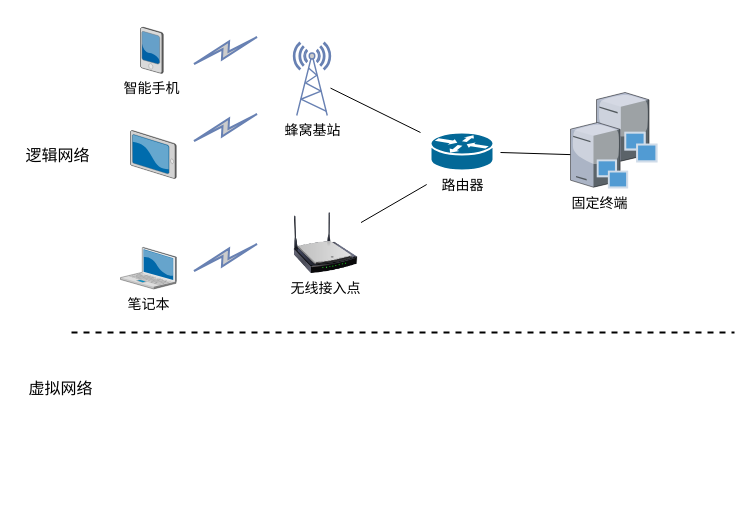
The draw.io diagram 移动互联网场景图.drawio in Icarus1994/neutron_conf, before the edit. Source tidied: cells renumbered, new cells numbered last; positions are measured from the earlier drawing's top-left corner, leaving out a move shared by most shapes. Both pictures are drawn from the tidied source at 100%, with x=0, y=0 at pixel (17, 27).
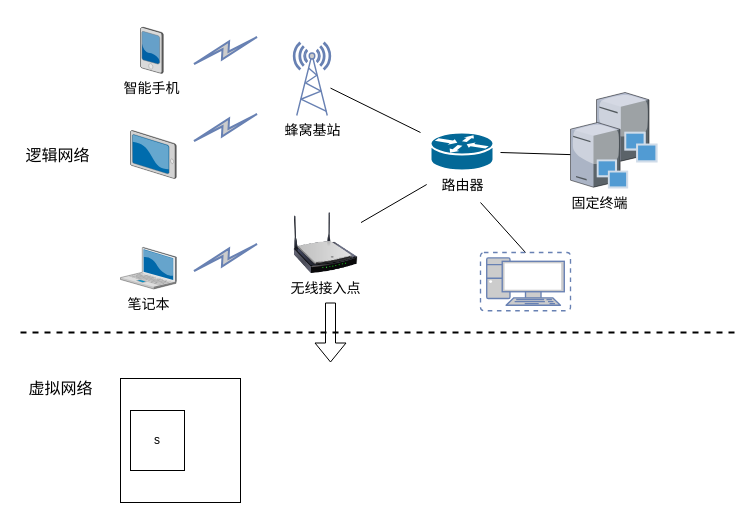
The same diagram, later.

Commit message (it also covers changes not shown here):
Update 移动互联网场景图.drawio

What changed in the source:
```diff
@@
+    <mxCell id="19" style="rounded=0;jettySize=auto;html=1;entryX=0.5;entryY=0;entryDx=0;entryDy=0;entryPerimeter=0;strokeWidth=1;endArrow=none;endFill=0;" parent="1" edge="1" target="20">
+      <mxGeometry relative="1" as="geometry">
+        <mxPoint x="463" y="175" as="sourcePoint" />
+      </mxGeometry>
+    </mxCell>
@@
     <mxCell id="16" style="endArrow=none;dashed=1;html=1;strokeWidth=2;" parent="1" edge="1">
       <mxGeometry relative="1" as="geometry">
-        <mxPoint x="54" y="305" as="sourcePoint" />
+        <mxPoint x="3" y="305" as="sourcePoint" />
         <mxPoint x="717" y="305" as="targetPoint" />
       </mxGeometry>
     </mxCell>
@@
+    <mxCell id="20" style="fontColor=#0066CC;verticalAlign=top;verticalLabelPosition=bottom;labelPosition=center;align=center;html=1;outlineConnect=0;fillColor=#CCCCCC;strokeColor=#6881B3;gradientColor=none;gradientDirection=north;strokeWidth=2;shape=mxgraph.networks.virtual_pc;" parent="1" vertex="1">
+      <mxGeometry x="463" y="225" width="90" height="58.2" as="geometry" />
+    </mxCell>
+    <mxCell id="21" style="rounded=0;whiteSpace=wrap;html=1;" parent="1" vertex="1">
+      <mxGeometry x="103" y="351" width="120" height="124" as="geometry" />
+    </mxCell>
+    <mxCell id="22" value="s" style="rounded=0;whiteSpace=wrap;html=1;" parent="1" vertex="1">
+      <mxGeometry x="113" y="383" width="54" height="60" as="geometry" />
+    </mxCell>
+    <mxCell id="23" style="shape=flexArrow;endArrow=classic;html=1;strokeWidth=1;" parent="1" edge="1">
+      <mxGeometry relative="1" as="geometry">
+        <mxPoint x="313" y="275" as="sourcePoint" />
+        <mxPoint x="313" y="335" as="targetPoint" />
+      </mxGeometry>
+    </mxCell>
```
